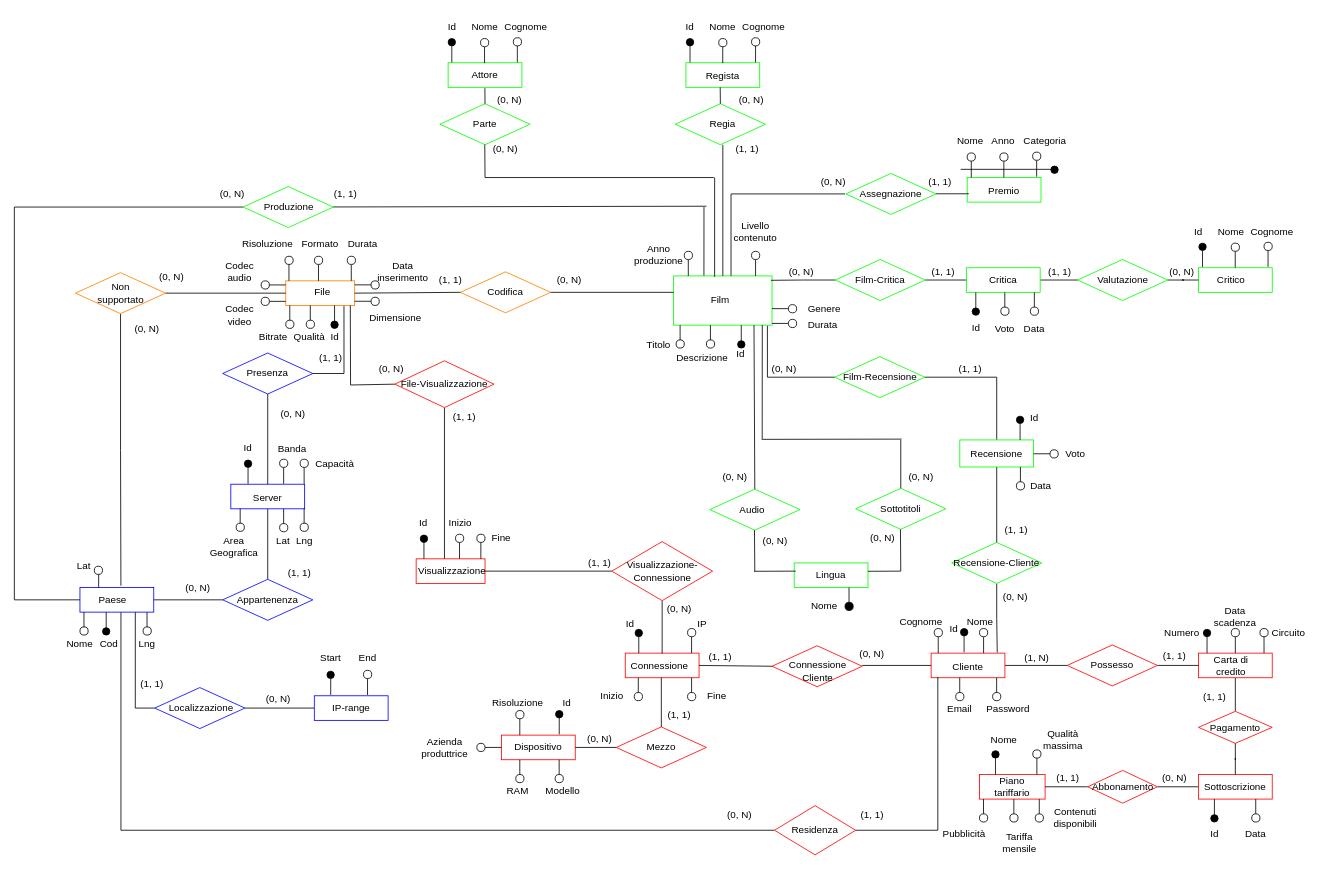
gcairone/progettodb keeps this draw.io diagram as ER_ristr.drawio. Above is the earlier version. Source tidied: cells renumbered, new cells numbered last; positions are measured from the earlier drawing's top-left corner, leaving out a move shared by most shapes. Both pictures are drawn from the tidied source at 82%, with x=0, y=0 at pixel (14, 14).
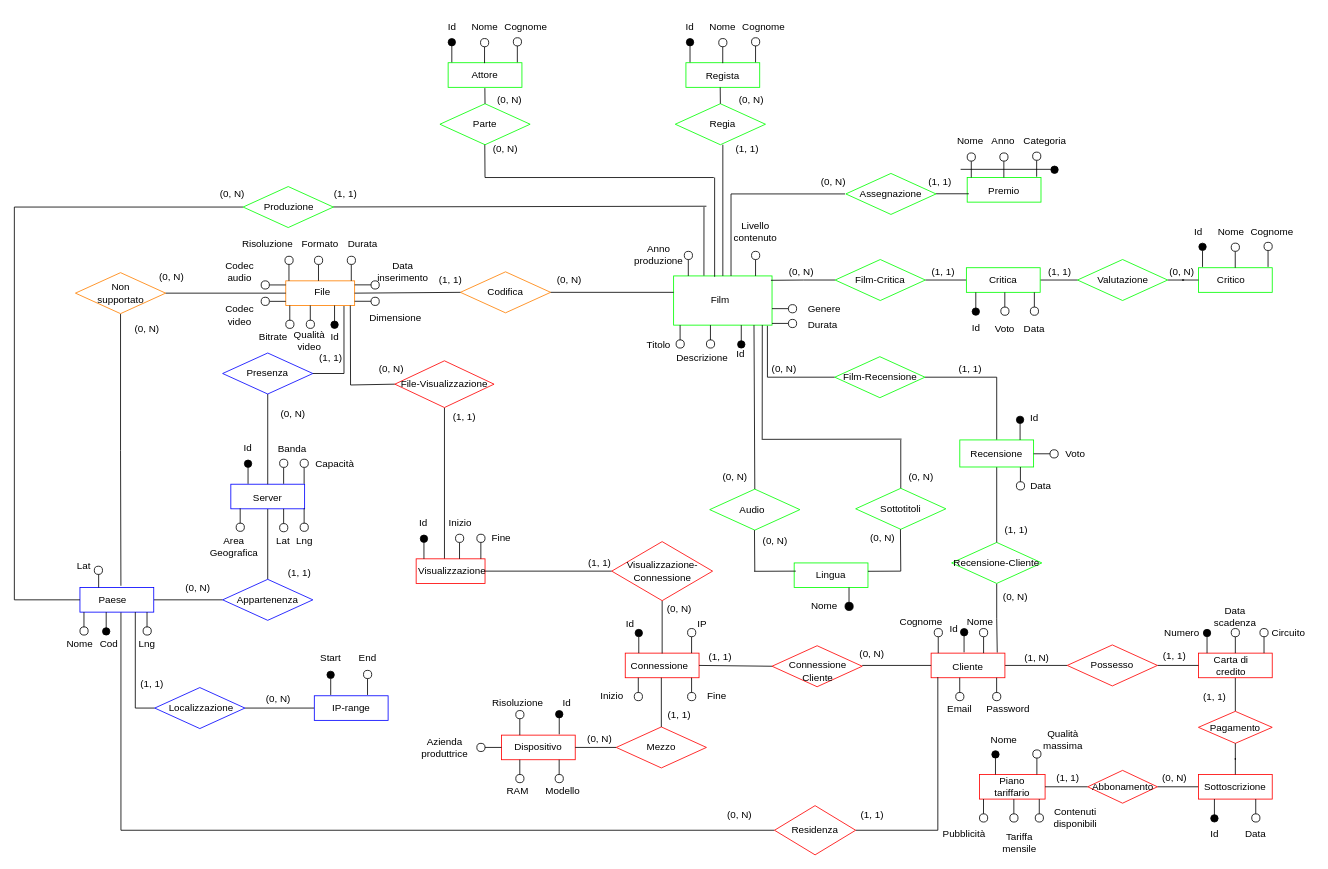
The same diagram, later.

Change to the diagram source:
```diff
@@
-    <mxCell id="347" value="Qualità" style="text;strokeColor=none;align=center;fillColor=none;html=1;verticalAlign=middle;whiteSpace=wrap;rounded=0;" parent="1" vertex="1">
-      <mxGeometry x="330" y="379" width="60" height="30" as="geometry" />
+    <mxCell id="347" value="Qualità video" style="text;strokeColor=none;align=center;fillColor=none;html=1;verticalAlign=middle;whiteSpace=wrap;rounded=0;" parent="1" vertex="1">
+      <mxGeometry x="330" y="383" width="60" height="30" as="geometry" />
     </mxCell>
```
